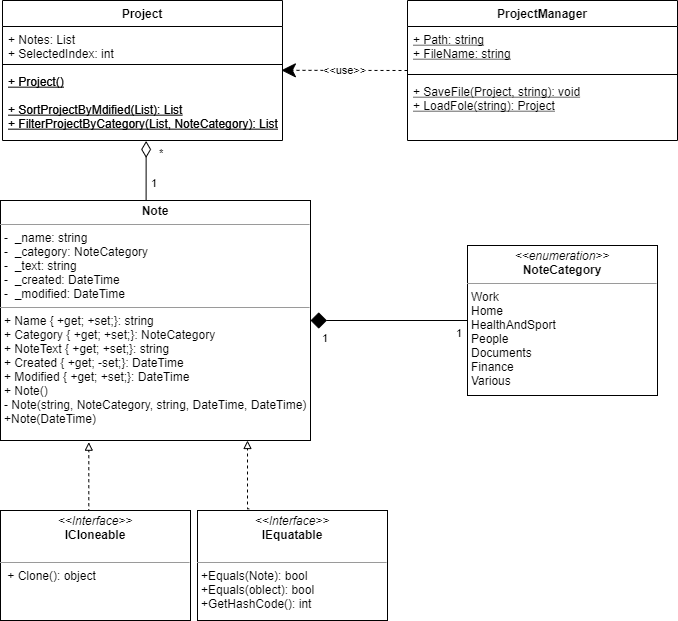
Above: doc/ClassesDiagram.png in CyberAndrey77/NoteAppNTVP (draw.io), before the change. Source tidied: cells renumbered, new cells last; positions are measured from the earlier drawing's top-left corner, leaving out a move shared by most shapes.
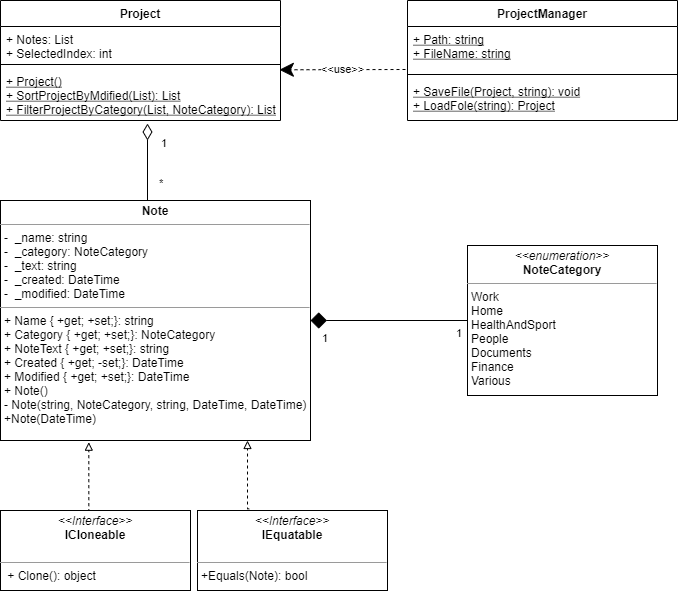
The same diagram one commit later.

Diff of the diagram source:
```diff
@@ -18,10 +18,10 @@
       </mxGeometry>
     </mxCell>
     <mxCell id="5" value="&lt;p style=&quot;margin: 0px ; margin-top: 4px ; text-align: center&quot;&gt;&lt;i&gt;&amp;lt;&amp;lt;Interface&amp;gt;&amp;gt;&lt;/i&gt;&lt;br&gt;&lt;b&gt;ICloneable&lt;/b&gt;&lt;/p&gt;&lt;br&gt;&lt;hr size=&quot;1&quot;&gt;&lt;p style=&quot;margin: 0px ; margin-left: 4px&quot;&gt;&amp;nbsp;+ Clone(): object&lt;/p&gt;" style="verticalAlign=top;align=left;overflow=fill;fontSize=12;fontFamily=Helvetica;html=1;" parent="1" vertex="1">
-      <mxGeometry y="510" width="190" height="110" as="geometry" />
+      <mxGeometry y="510" width="190" height="80" as="geometry" />
     </mxCell>
     <mxCell id="6" value="Project" style="swimlane;fontStyle=1;align=center;verticalAlign=top;horizontal=1;startSize=26;" parent="1" vertex="1">
-      <mxGeometry x="2" width="280" height="140" as="geometry" />
+      <mxGeometry width="280" height="120" as="geometry" />
     </mxCell>
     <mxCell id="7" value="+ Notes: List&#10;+ SelectedIndex: int" style="text;strokeColor=none;fillColor=none;align=left;verticalAlign=top;spacingLeft=4;spacingRight=4;overflow=hidden;" parent="6" vertex="1">
       <mxGeometry y="26" width="280" height="34" as="geometry" />
@@ -29,11 +29,11 @@
     <mxCell id="8" style="line;strokeWidth=1;fillColor=none;align=left;verticalAlign=middle;spacingTop=-1;spacingLeft=3;spacingRight=3;labelPosition=right;" parent="6" vertex="1">
       <mxGeometry y="60" width="280" height="8" as="geometry" />
     </mxCell>
-    <mxCell id="9" value="+ Project()&#10;&#10;+ SortProjectByMdified(List): List&#10;+ FilterProjectByCategory(List, NoteCategory): List" style="text;strokeColor=none;fillColor=none;align=left;verticalAlign=top;spacingLeft=4;spacingRight=4;overflow=hidden;points=[[0,0.5],[1,0.5]];portConstraint=eastwest;fontStyle=4;" parent="6" vertex="1">
-      <mxGeometry y="68" width="280" height="72" as="geometry" />
+    <mxCell id="9" value="+ Project()&#10;+ SortProjectByMdified(List): List&#10;+ FilterProjectByCategory(List, NoteCategory): List" style="text;strokeColor=none;fillColor=none;align=left;verticalAlign=top;spacingLeft=4;spacingRight=4;overflow=hidden;points=[[0,0.5],[1,0.5]];portConstraint=eastwest;fontStyle=4;" parent="6" vertex="1">
+      <mxGeometry y="68" width="280" height="52" as="geometry" />
     </mxCell>
     <mxCell id="10" value="ProjectManager" style="swimlane;fontStyle=1;align=center;verticalAlign=top;horizontal=1;startSize=26;" parent="1" vertex="1">
-      <mxGeometry x="407" width="270" height="140" as="geometry" />
+      <mxGeometry x="407" width="270" height="120" as="geometry" />
     </mxCell>
     <mxCell id="11" value="+ Path: string&#10;+ FileName: string" style="text;strokeColor=none;fillColor=none;align=left;verticalAlign=top;spacingLeft=4;spacingRight=4;overflow=hidden;fontStyle=4;" parent="10" vertex="1">
       <mxGeometry y="26" width="270" height="44" as="geometry" />
@@ -42,10 +42,10 @@
       <mxGeometry y="70" width="270" height="8" as="geometry" />
     </mxCell>
     <mxCell id="13" value="+ SaveFile(Project, string): void&#10;+ LoadFole(string): Project" style="text;strokeColor=none;fillColor=none;align=left;verticalAlign=top;spacingLeft=4;spacingRight=4;overflow=hidden;fontStyle=4;" parent="10" vertex="1">
-      <mxGeometry y="78" width="270" height="62" as="geometry" />
+      <mxGeometry y="78" width="270" height="42" as="geometry" />
     </mxCell>
-    <mxCell id="14" value="&lt;p style=&quot;margin: 0px ; margin-top: 4px ; text-align: center&quot;&gt;&lt;i&gt;&amp;lt;&amp;lt;Interface&amp;gt;&amp;gt;&lt;/i&gt;&lt;br&gt;&lt;b&gt;IEquatable&lt;/b&gt;&lt;/p&gt;&lt;br&gt;&lt;hr size=&quot;1&quot;&gt;&lt;p style=&quot;margin: 0px 0px 0px 4px&quot;&gt;+Equals(Note): bool&lt;/p&gt;&lt;p style=&quot;margin: 0px 0px 0px 4px&quot;&gt;+Equals(oblect): bool&lt;/p&gt;&lt;p style=&quot;margin: 0px 0px 0px 4px&quot;&gt;+GetHashCode(): int&lt;/p&gt;" style="verticalAlign=top;align=left;overflow=fill;fontSize=12;fontFamily=Helvetica;html=1;" parent="1" vertex="1">
-      <mxGeometry x="197" y="510" width="190" height="110" as="geometry" />
+    <mxCell id="14" value="&lt;p style=&quot;margin: 0px ; margin-top: 4px ; text-align: center&quot;&gt;&lt;i&gt;&amp;lt;&amp;lt;Interface&amp;gt;&amp;gt;&lt;/i&gt;&lt;br&gt;&lt;b&gt;IEquatable&lt;/b&gt;&lt;/p&gt;&lt;br&gt;&lt;hr size=&quot;1&quot;&gt;&lt;p style=&quot;margin: 0px 0px 0px 4px&quot;&gt;+Equals(Note): bool&lt;/p&gt;" style="verticalAlign=top;align=left;overflow=fill;fontSize=12;fontFamily=Helvetica;html=1;" parent="1" vertex="1">
+      <mxGeometry x="197" y="510" width="190" height="80" as="geometry" />
     </mxCell>
     <mxCell id="15" style="endArrow=none;html=1;endSize=12;startArrow=diamond;startSize=14;startFill=1;edgeStyle=orthogonalEdgeStyle;exitX=1;exitY=0.5;exitDx=0;exitDy=0;entryX=0;entryY=0.5;entryDx=0;entryDy=0;endFill=0;" parent="1" edge="1" source="2" target="3">
       <mxGeometry relative="1" as="geometry" />
@@ -60,25 +60,30 @@
         <mxPoint x="-5" as="offset" />
       </mxGeometry>
     </mxCell>
-    <mxCell id="18" style="endArrow=none;html=1;endSize=12;startArrow=diamondThin;startSize=14;startFill=0;edgeStyle=orthogonalEdgeStyle;strokeWidth=1;entryX=0.5;entryY=0;entryDx=0;entryDy=0;exitX=0.513;exitY=1.006;exitDx=0;exitDy=0;exitPerimeter=0;endFill=0;rounded=0;" parent="1" edge="1" source="9" target="2">
+    <mxCell id="18" style="endArrow=none;html=1;endSize=12;startArrow=diamondThin;startSize=14;startFill=0;edgeStyle=orthogonalEdgeStyle;strokeWidth=1;endFill=0;rounded=0;" parent="1" edge="1">
       <mxGeometry relative="1" as="geometry">
+        <mxPoint x="147" y="123" as="sourcePoint" />
+        <mxPoint x="147" y="200" as="targetPoint" />
         <Array as="points">
           <mxPoint x="146" y="200" />
+          <mxPoint x="147" y="200" />
         </Array>
       </mxGeometry>
     </mxCell>
     <mxCell id="19" value="*" style="edgeLabel;html=1;align=left;verticalAlign=top;" parent="18" vertex="1">
       <mxGeometry x="-1" relative="1" as="geometry">
-        <mxPoint x="11" as="offset" />
+        <mxPoint x="10" y="47" as="offset" />
       </mxGeometry>
     </mxCell>
     <mxCell id="20" value="1" style="edgeLabel;html=1;align=right;verticalAlign=top;" parent="18" vertex="1">
       <mxGeometry x="1" relative="1" as="geometry">
-        <mxPoint x="2" y="-30" as="offset" />
+        <mxPoint x="20" y="-70" as="offset" />
       </mxGeometry>
     </mxCell>
-    <mxCell id="21" value="&amp;lt;&amp;lt;use&amp;gt;&amp;gt;" style="endArrow=classic;endSize=12;dashed=1;html=1;strokeWidth=1;exitX=0;exitY=0.5;exitDx=0;exitDy=0;entryX=0.996;entryY=0.025;entryDx=0;entryDy=0;entryPerimeter=0;endFill=1;" parent="1" edge="1" source="10" target="9">
-      <mxGeometry relative="1" as="geometry" />
+    <mxCell id="21" value="&amp;lt;&amp;lt;use&amp;gt;&amp;gt;" style="endArrow=classic;endSize=12;dashed=1;html=1;strokeWidth=1;entryX=0.996;entryY=0.025;entryDx=0;entryDy=0;entryPerimeter=0;endFill=1;" parent="1" edge="1" target="9">
+      <mxGeometry relative="1" as="geometry">
+        <mxPoint x="405" y="69" as="sourcePoint" />
+      </mxGeometry>
     </mxCell>
     <mxCell id="22" style="edgeStyle=orthogonalEdgeStyle;rounded=0;orthogonalLoop=1;jettySize=auto;html=1;exitX=0.5;exitY=0;exitDx=0;exitDy=0;entryX=0.301;entryY=1.007;entryDx=0;entryDy=0;entryPerimeter=0;endArrow=block;endFill=0;dashed=1;" parent="1" edge="1">
       <mxGeometry relative="1" as="geometry">
@@ -89,8 +94,5 @@
         </Array>
       </mxGeometry>
     </mxCell>
-    <mxCell id="23" value="+ Project()&#10;&#10;+ SortProjectByMdified(List): List&#10;+ FilterProjectByCategory(List, NoteCategory): List" style="text;strokeColor=none;fillColor=none;align=left;verticalAlign=top;spacingLeft=4;spacingRight=4;overflow=hidden;fontStyle=4;" parent="1" vertex="1">
-      <mxGeometry x="2" y="68" width="280" height="72" as="geometry" />
-    </mxCell>
   </root>
 </mxGraphModel>
```
